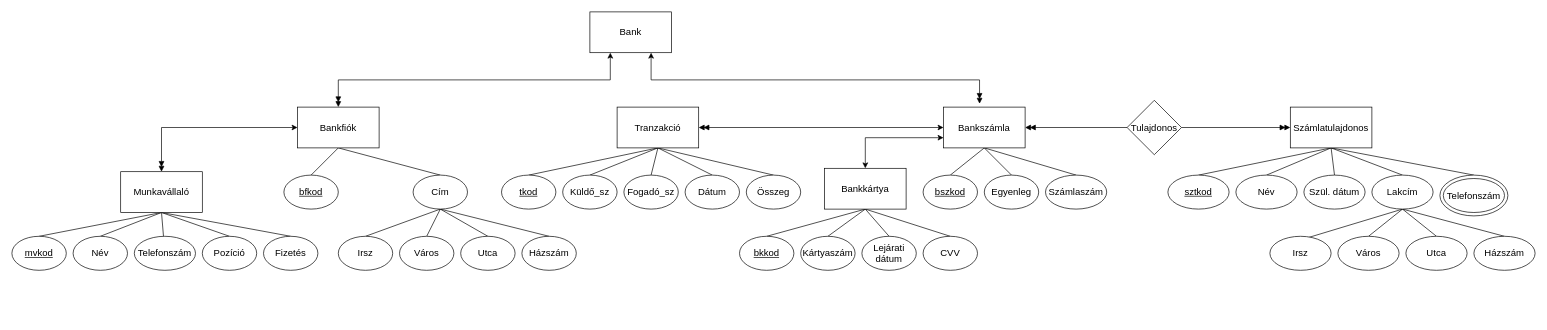
This is XMLTaskR3SZY2/ER_R3SZY2.drawio from HAkos2/R3SZY2_XMLGyak, a draw.io file, before an edit. Source tidied: cells renumbered, new cells numbered last; positions are measured from the earlier drawing's top-left corner, leaving out a move shared by most shapes. Both pictures are drawn from the tidied source at 68%, with x=0, y=0 at pixel (12, 12).
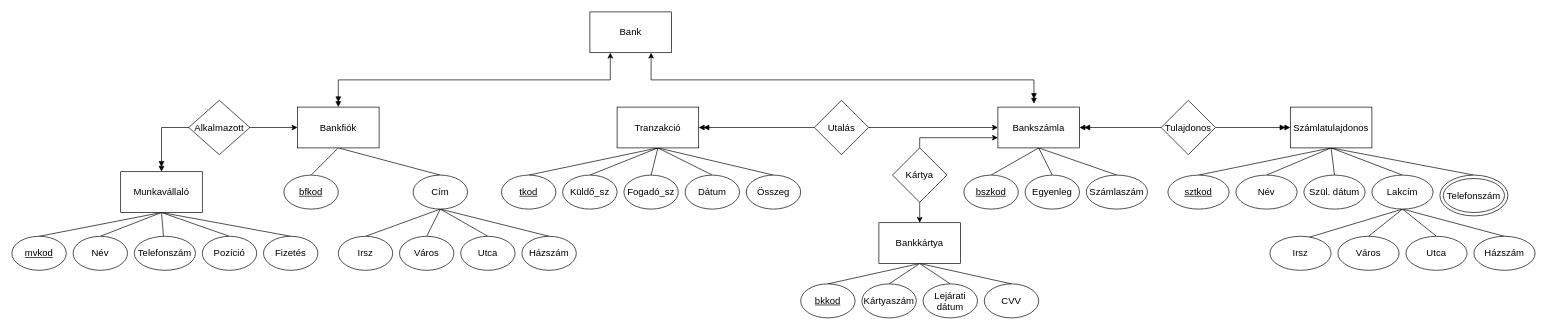
After the change.

What changed in the source:
```diff
@@
-    <mxCell id="13" style="edgeStyle=orthogonalEdgeStyle;rounded=0;jettySize=auto;html=1;entryX=0.5;entryY=0;entryDx=0;entryDy=0;fontSize=14;strokeColor=none;" parent="1" edge="1" source="16" target="27">
+    <mxCell id="13" style="edgeStyle=orthogonalEdgeStyle;rounded=0;jettySize=auto;html=1;entryX=0.5;entryY=0;entryDx=0;entryDy=0;fontSize=14;strokeColor=none;startArrow=none;" parent="1" edge="1" source="87" target="27">
       <mxGeometry relative="1" as="geometry" />
     </mxCell>
-    <mxCell id="14" style="edgeStyle=orthogonalEdgeStyle;rounded=0;jettySize=auto;html=1;fontSize=14;exitX=0;exitY=0.75;exitDx=0;exitDy=0;startArrow=classic;startFill=1;" parent="1" edge="1" source="16" target="27">
-      <mxGeometry relative="1" as="geometry" />
+    <mxCell id="14" style="edgeStyle=orthogonalEdgeStyle;rounded=0;jettySize=auto;html=1;fontSize=14;exitX=0;exitY=0.75;exitDx=0;exitDy=0;startArrow=classic;startFill=1;entryX=0.5;entryY=0;entryDx=0;entryDy=0;endArrow=none;endFill=0;" parent="1" edge="1" source="16" target="87">
+      <mxGeometry relative="1" as="geometry">
+        <Array as="points">
+          <mxPoint x="1335" y="185" />
+        </Array>
+      </mxGeometry>
     </mxCell>
@@
     <mxCell id="16" value="&lt;div&gt;Bankszámla&lt;/div&gt;" style="rounded=0;whiteSpace=wrap;html=1;fontSize=14;" parent="1" vertex="1">
-      <mxGeometry x="1370" y="140" width="120" height="60" as="geometry" />
+      <mxGeometry x="1450" y="140" width="120" height="60" as="geometry" />
     </mxCell>
@@
     <mxCell id="27" value="&lt;div&gt;Bankkártya&lt;/div&gt;" style="rounded=0;whiteSpace=wrap;html=1;fontSize=14;" parent="1" vertex="1">
-      <mxGeometry x="1195" y="230" width="120" height="60" as="geometry" />
+      <mxGeometry x="1275" y="310" width="120" height="60" as="geometry" />
     </mxCell>
@@
     <mxCell id="55" value="Egyenleg" style="ellipse;whiteSpace=wrap;html=1;fontSize=14;" parent="1" vertex="1">
-      <mxGeometry x="1430" y="240" width="80" height="50" as="geometry" />
+      <mxGeometry x="1490" y="240" width="80" height="50" as="geometry" />
     </mxCell>
     <mxCell id="56" value="&lt;u&gt;bszkod&lt;/u&gt;" style="ellipse;whiteSpace=wrap;html=1;fontSize=14;" parent="1" vertex="1">
-      <mxGeometry x="1340" y="240" width="80" height="50" as="geometry" />
+      <mxGeometry x="1400" y="240" width="80" height="50" as="geometry" />
     </mxCell>
     <mxCell id="57" value="Számlaszám" style="ellipse;whiteSpace=wrap;html=1;fontSize=14;" parent="1" vertex="1">
-      <mxGeometry x="1520" y="240" width="90" height="50" as="geometry" />
+      <mxGeometry x="1580" y="240" width="90" height="50" as="geometry" />
     </mxCell>
@@
     <mxCell id="63" value="&lt;u&gt;bkkod&lt;/u&gt;" style="ellipse;whiteSpace=wrap;html=1;fontSize=14;" parent="1" vertex="1">
-      <mxGeometry x="1070" y="330" width="80" height="50" as="geometry" />
+      <mxGeometry x="1160" y="400" width="80" height="50" as="geometry" />
     </mxCell>
     <mxCell id="64" value="Kártyaszám" style="ellipse;whiteSpace=wrap;html=1;fontSize=14;" parent="1" vertex="1">
-      <mxGeometry x="1160" y="330" width="80" height="50" as="geometry" />
+      <mxGeometry x="1250" y="400" width="80" height="50" as="geometry" />
     </mxCell>
     <mxCell id="65" value="CVV" style="ellipse;whiteSpace=wrap;html=1;fontSize=14;" parent="1" vertex="1">
-      <mxGeometry x="1340" y="330" width="80" height="50" as="geometry" />
+      <mxGeometry x="1430" y="400" width="80" height="50" as="geometry" />
     </mxCell>
     <mxCell id="66" value="Lejárati dátum" style="ellipse;whiteSpace=wrap;html=1;fontSize=14;" parent="1" vertex="1">
-      <mxGeometry x="1250" y="330" width="80" height="50" as="geometry" />
+      <mxGeometry x="1340" y="400" width="80" height="50" as="geometry" />
     </mxCell>
@@
     <mxCell id="80" value="&lt;font style=&quot;font-size: 14px;&quot;&gt;Tulajdonos&lt;/font&gt;" style="rhombus;whiteSpace=wrap;html=1;" parent="1" vertex="1">
-      <mxGeometry x="1640" y="130" width="80" height="80" as="geometry" />
+      <mxGeometry x="1690" y="130" width="80" height="80" as="geometry" />
     </mxCell>
@@
+    <mxCell id="84" value="&lt;font style=&quot;font-size: 14px;&quot;&gt;Utalás&lt;/font&gt;" style="rhombus;whiteSpace=wrap;html=1;" parent="1" vertex="1">
+      <mxGeometry x="1180" y="130" width="80" height="80" as="geometry" />
+    </mxCell>
+    <mxCell id="85" value="&lt;font style=&quot;font-size: 14px;&quot;&gt;Alkalmazott&lt;/font&gt;" style="rhombus;whiteSpace=wrap;html=1;" parent="1" vertex="1">
+      <mxGeometry x="260" y="130" width="90" height="80" as="geometry" />
+    </mxCell>
+    <mxCell id="86" style="edgeStyle=orthogonalEdgeStyle;rounded=0;jettySize=auto;html=1;exitX=0.5;exitY=1;exitDx=0;exitDy=0;entryX=0.5;entryY=0;entryDx=0;entryDy=0;fontSize=14;endArrow=classic;endFill=1;" parent="1" edge="1" source="87" target="27">
+      <mxGeometry relative="1" as="geometry" />
+    </mxCell>
+    <mxCell id="87" value="&lt;font style=&quot;font-size: 14px;&quot;&gt;Kártya&lt;/font&gt;" style="rhombus;whiteSpace=wrap;html=1;" parent="1" vertex="1">
+      <mxGeometry x="1295" y="200" width="80" height="80" as="geometry" />
+    </mxCell>
+    <mxCell id="88" style="edgeStyle=orthogonalEdgeStyle;rounded=0;jettySize=auto;html=1;entryX=0.5;entryY=0;entryDx=0;entryDy=0;fontSize=14;strokeColor=none;endArrow=none;" parent="1" edge="1" source="16" target="87">
+      <mxGeometry relative="1" as="geometry" />
+    </mxCell>
```
